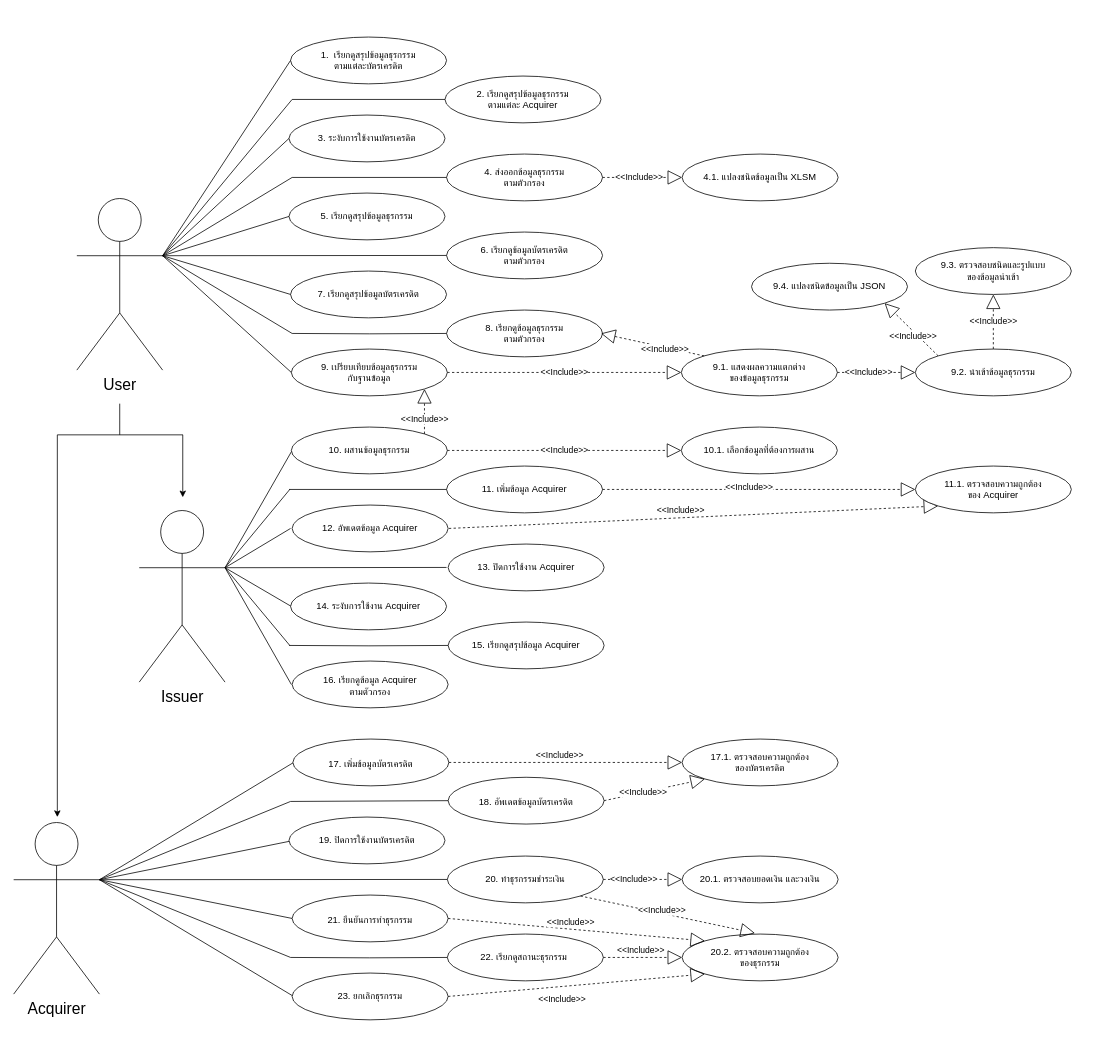
Above: usecase.drawio in jarawin/issuer-server (draw.io), before the change. Source tidied: cells renumbered, new cells numbered last; positions are measured from the earlier drawing's top-left corner, leaving out a move shared by most shapes. Both pictures are drawn from the tidied source at 78%, with x=0, y=0 at pixel (13, 37).
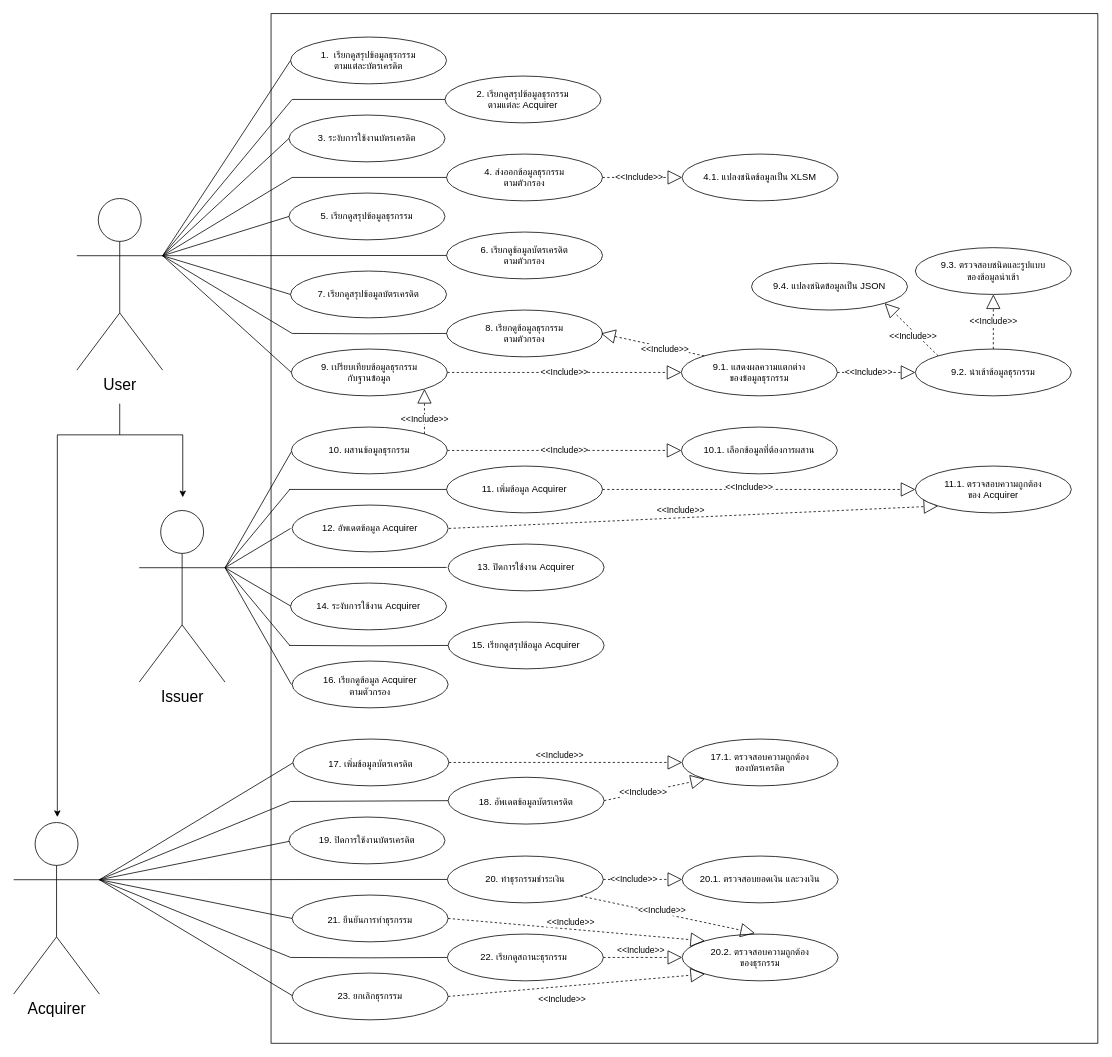
The same diagram, later.

Change to the diagram source:
```diff
@@
+    <mxCell id="89" style="html=1;whiteSpace=wrap;fillColor=none;" parent="1" vertex="1">
+      <mxGeometry x="330" y="-30" width="1060" height="1320" as="geometry" />
+    </mxCell>
```
